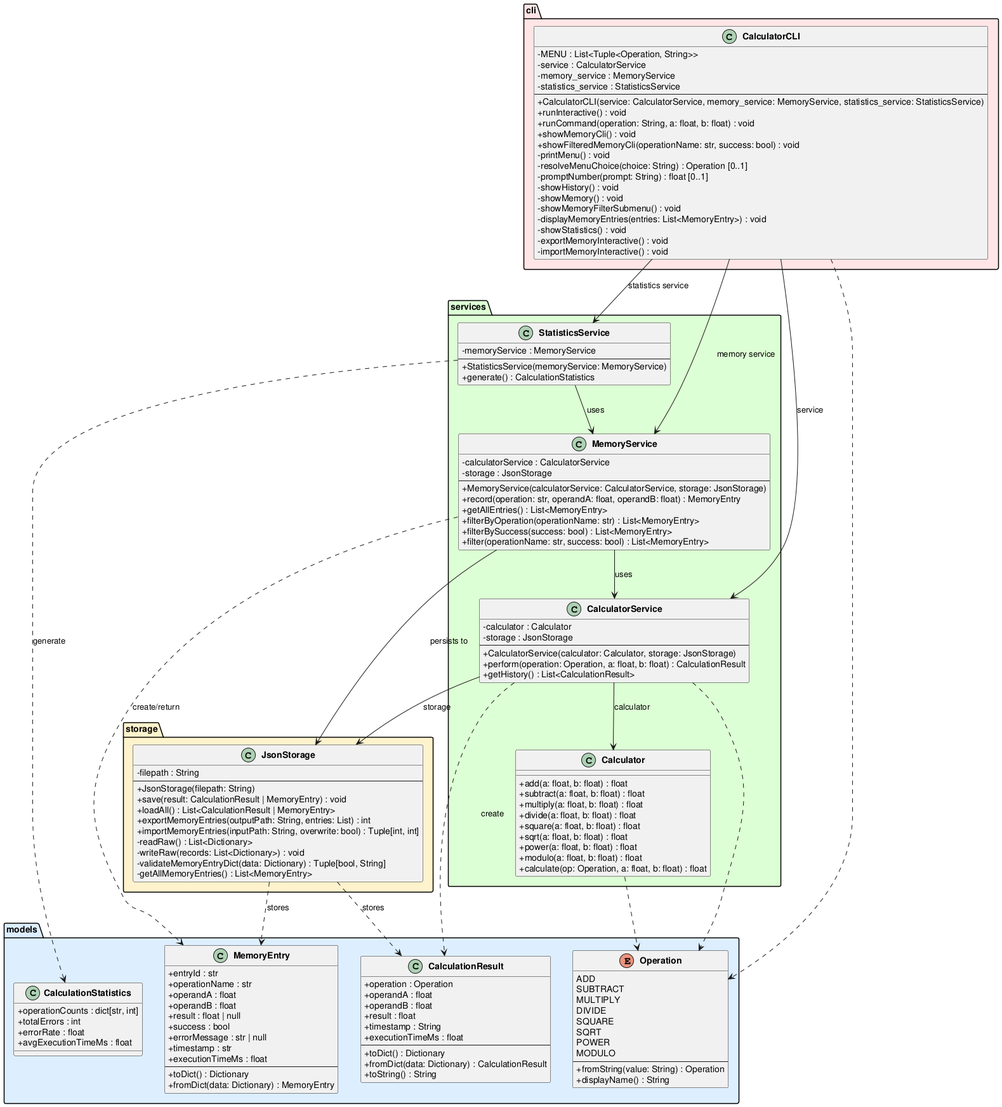
This is experiments/supervisor_as_tools/user_stories/calculator/artifacts/class_diagram.png from DanielRiha8906/Software_autoevolution_using_agents, a PlantUML export, as it was before one commit.
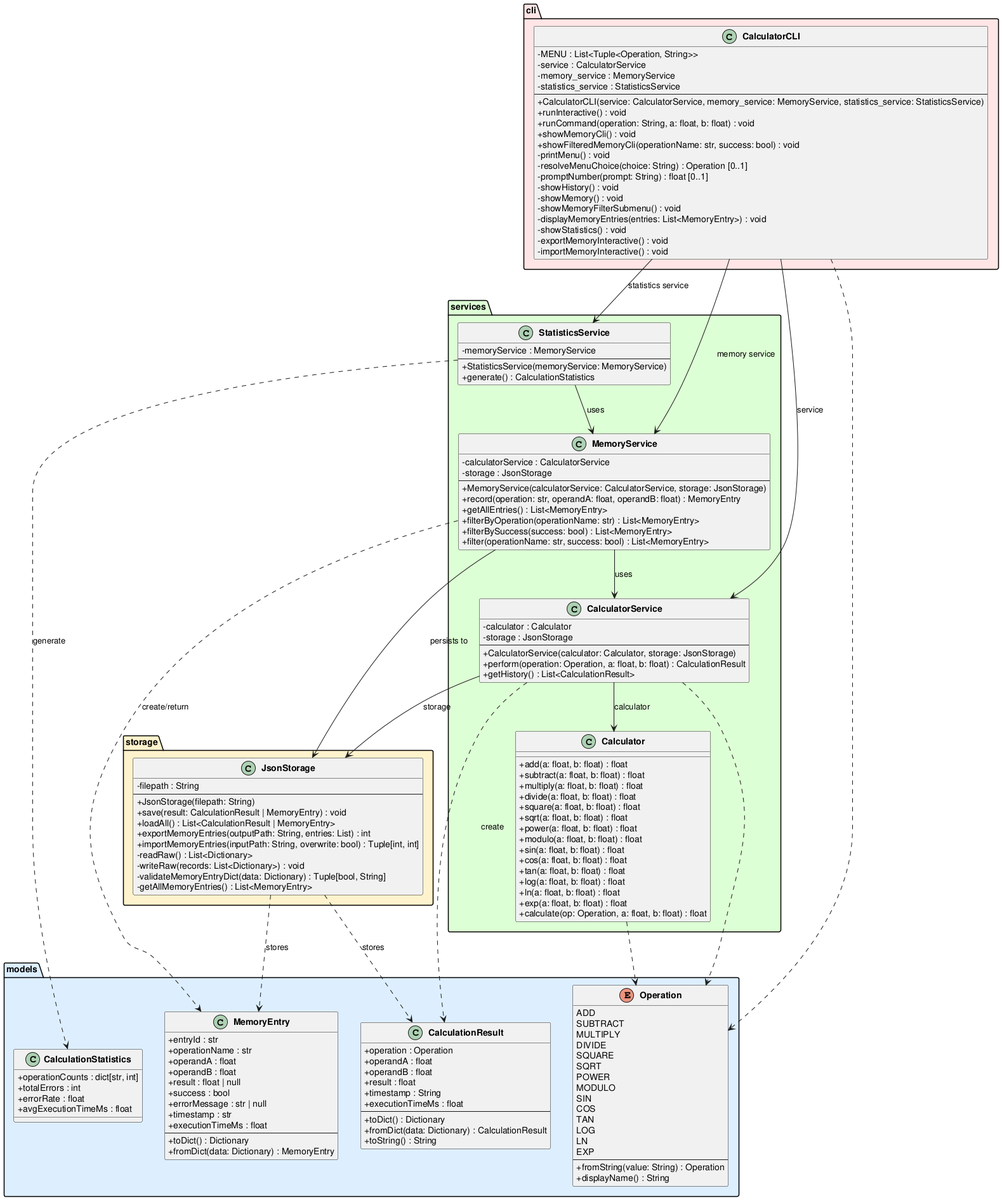
The same diagram one commit later.

Diff of the diagram source:
```diff
@@ -13,6 +13,12 @@
         SQRT
         POWER
         MODULO
+        SIN
+        COS
+        TAN
+        LOG
+        LN
+        EXP
         --
         +fromString(value: String) : Operation
         +displayName() : String
@@ -64,6 +70,12 @@
         +sqrt(a: float, b: float) : float
         +power(a: float, b: float) : float
         +modulo(a: float, b: float) : float
+        +sin(a: float, b: float) : float
+        +cos(a: float, b: float) : float
+        +tan(a: float, b: float) : float
+        +log(a: float, b: float) : float
+        +ln(a: float, b: float) : float
+        +exp(a: float, b: float) : float
         +calculate(op: Operation, a: float, b: float) : float
     }
 
```
